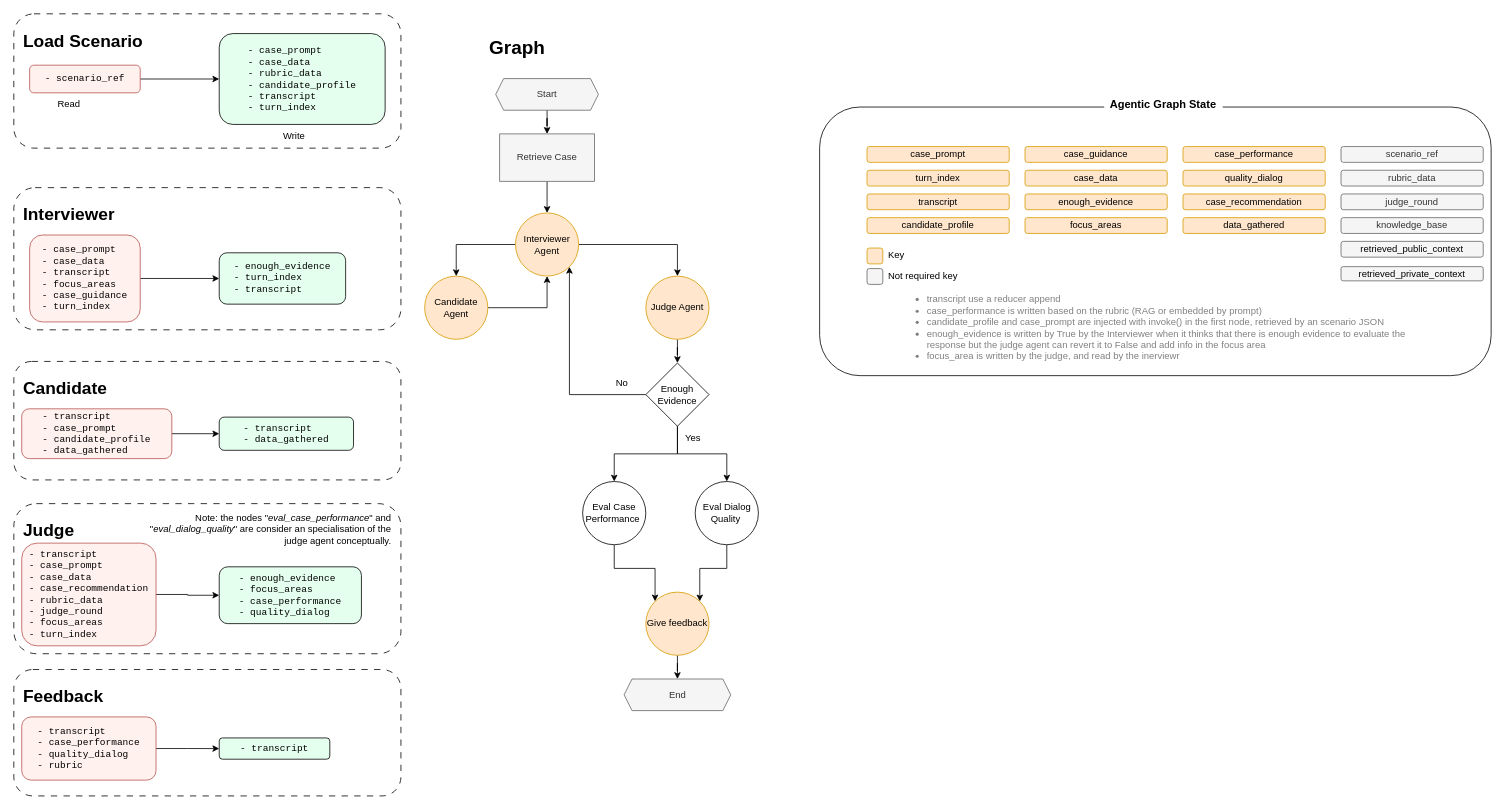
This is doc/graph.drawio from PPerezdeMadrid/agentic-case-interview-coach, a draw.io file, before an edit. Source tidied: cells renumbered, new cells numbered last; positions are measured from the earlier drawing's top-left corner, leaving out a move shared by most shapes. Both pictures are drawn from the tidied source at 79%, with x=0, y=0 at pixel (13, 13).
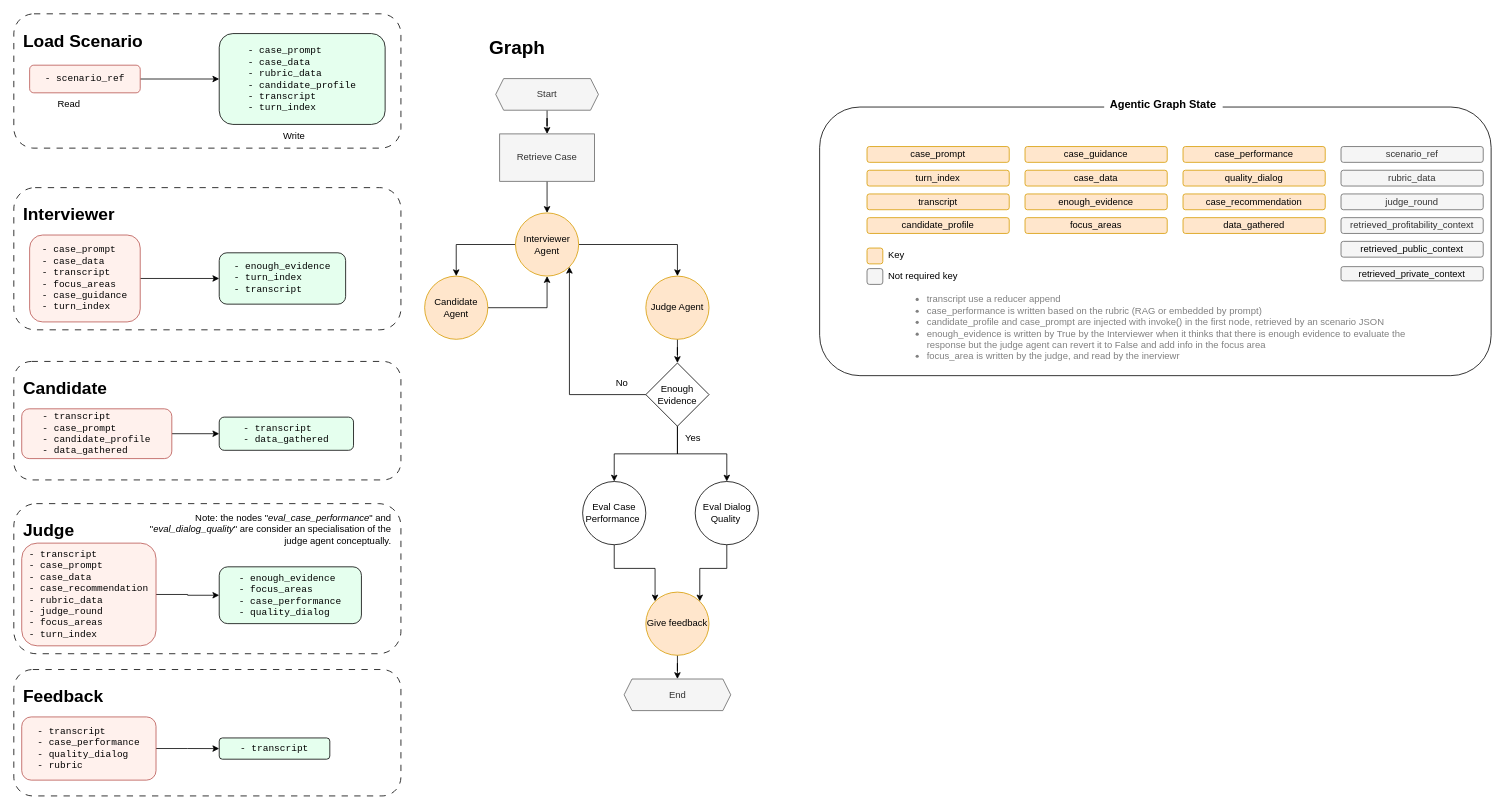
The same diagram, later.

Change to the diagram source:
```diff
@@
-    <mxCell id="74" value="knowledge_base" style="rounded=1;whiteSpace=wrap;html=1;fillColor=#f5f5f5;strokeColor=#666666;fontColor=#333333;" parent="1" vertex="1">
+    <mxCell id="74" value="retrieved_profitability_context" style="rounded=1;whiteSpace=wrap;html=1;fillColor=#f5f5f5;strokeColor=#666666;fontColor=#333333;" parent="1" vertex="1">
       <mxGeometry x="1680" y="258" width="180" height="20" as="geometry" />
     </mxCell>
```
